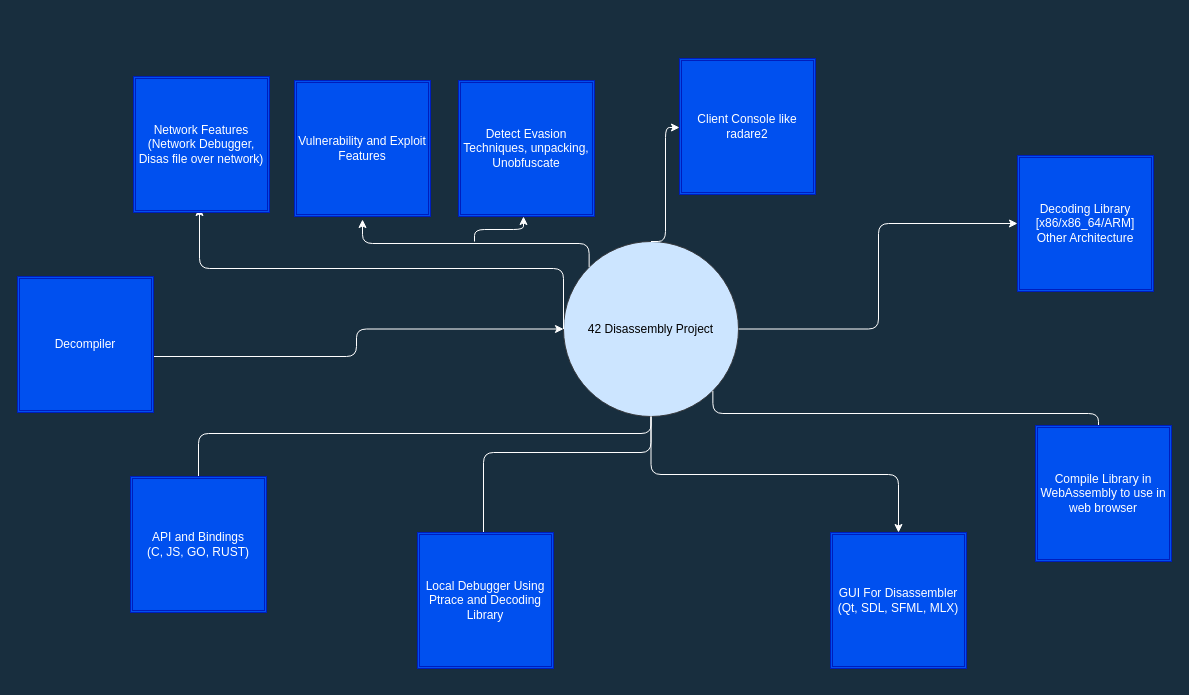
Earlier version of the draw.io diagram 42Disas.drawio (420verfl0w/42Disas). Source tidied: cells renumbered, new cells numbered last; positions are measured from the earlier drawing's top-left corner, leaving out a move shared by most shapes. Both pictures are drawn from the tidied source at 100%, with x=0, y=0 at pixel (17, 58).
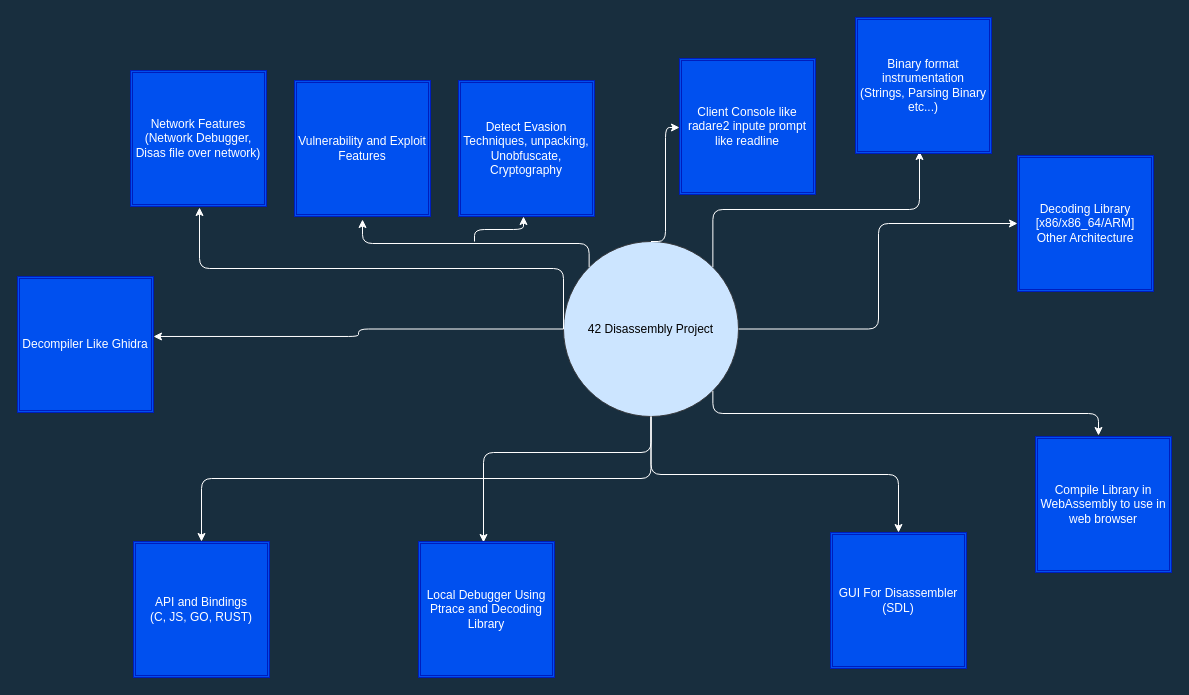
Above is the later version.

Unchanged cells that the change refers to:
```xml
<mxCell id="2" value="42 Disassembly Project" style="ellipse;whiteSpace=wrap;html=1;rounded=0;sketch=0;strokeColor=#36393d;fillColor=#cce5ff;" parent="1" vertex="1">
  <mxGeometry x="546" y="183" width="175" height="175" as="geometry" />
</mxCell>
```

What changed in the source:
```diff
@@
-    <mxCell id="6" value="GUI For Disassembler&lt;br&gt;(Qt, SDL, SFML, MLX)" style="shape=ext;double=1;whiteSpace=wrap;html=1;rounded=0;sketch=0;fontColor=#ffffff;strokeColor=#001DBC;fillColor=#0050ef;glass=0;shadow=0;labelBorderColor=none;labelBackgroundColor=none;" parent="1" vertex="1">
+    <mxCell id="6" value="GUI For Disassembler&lt;br&gt;(SDL)" style="shape=ext;double=1;whiteSpace=wrap;html=1;rounded=0;sketch=0;fontColor=#ffffff;strokeColor=#001DBC;fillColor=#0050ef;glass=0;shadow=0;labelBorderColor=none;labelBackgroundColor=none;" parent="1" vertex="1">
       <mxGeometry x="813" y="474" width="136" height="136" as="geometry" />
     </mxCell>
-    <mxCell id="7" style="edgeStyle=elbowEdgeStyle;elbow=vertical;endArrow=classic;html=1;rounded=1;sketch=0;fontColor=#FFFFFF;strokeColor=#FFFFFF;curved=0;exitX=0.5;exitY=1;exitDx=0;exitDy=0;entryX=0.5;entryY=1;entryDx=0;entryDy=0;" parent="1" edge="1" source="2" target="10">
+    <mxCell id="7" style="edgeStyle=elbowEdgeStyle;elbow=vertical;endArrow=classic;html=1;rounded=1;sketch=0;fontColor=#FFFFFF;strokeColor=#FFFFFF;curved=0;exitX=0.5;exitY=1;exitDx=0;exitDy=0;entryX=0.5;entryY=0;entryDx=0;entryDy=0;" parent="1" edge="1" source="2" target="10">
       <mxGeometry relative="1" as="geometry">
         <Array as="points">
+          <mxPoint x="412" y="420" />
           <mxPoint x="185" y="375" />
         </Array>
       </mxGeometry>
     </mxCell>
@@
     <mxCell id="9" value="Local Debugger Using&lt;br&gt;Ptrace and Decoding Library" style="shape=ext;double=1;whiteSpace=wrap;html=1;rounded=0;sketch=0;fontColor=#ffffff;strokeColor=#001DBC;fillColor=#0050ef;glass=0;shadow=0;labelBorderColor=none;labelBackgroundColor=none;" parent="1" vertex="1">
-      <mxGeometry x="400" y="474" width="136" height="136" as="geometry" />
+      <mxGeometry x="401" y="483" width="136" height="136" as="geometry" />
     </mxCell>
     <mxCell id="10" value="API and Bindings&lt;br&gt;(C, JS, GO, RUST)" style="shape=ext;double=1;whiteSpace=wrap;html=1;rounded=0;sketch=0;fontColor=#ffffff;strokeColor=#001DBC;fillColor=#0050ef;glass=0;shadow=0;labelBorderColor=none;labelBackgroundColor=none;" parent="1" vertex="1">
-      <mxGeometry x="113" y="418" width="136" height="136" as="geometry" />
+      <mxGeometry x="116" y="483" width="136" height="136" as="geometry" />
     </mxCell>
@@
     <mxCell id="12" value="Network Features (Network Debugger, Disas file over network)" style="shape=ext;double=1;whiteSpace=wrap;html=1;rounded=0;sketch=0;fontColor=#ffffff;strokeColor=#001DBC;fillColor=#0050ef;glass=0;shadow=0;labelBorderColor=none;labelBackgroundColor=none;" parent="1" vertex="1">
-      <mxGeometry x="116" y="18" width="136" height="136" as="geometry" />
+      <mxGeometry x="113" y="12" width="136" height="136" as="geometry" />
     </mxCell>
@@
-    <mxCell id="16" value="Detect Evasion Techniques, unpacking, Unobfuscate" style="shape=ext;double=1;whiteSpace=wrap;html=1;rounded=0;sketch=0;fontColor=#ffffff;strokeColor=#001DBC;fillColor=#0050ef;glass=0;shadow=0;labelBorderColor=none;labelBackgroundColor=none;" parent="1" vertex="1">
+    <mxCell id="16" value="Detect Evasion Techniques, unpacking, Unobfuscate, Cryptography" style="shape=ext;double=1;whiteSpace=wrap;html=1;rounded=0;sketch=0;fontColor=#ffffff;strokeColor=#001DBC;fillColor=#0050ef;glass=0;shadow=0;labelBorderColor=none;labelBackgroundColor=none;" parent="1" vertex="1">
       <mxGeometry x="441" y="22" width="136" height="136" as="geometry" />
     </mxCell>
@@
-    <mxCell id="18" value="Client Console like radare2" style="shape=ext;double=1;whiteSpace=wrap;html=1;rounded=0;sketch=0;fontColor=#ffffff;strokeColor=#001DBC;fillColor=#0050ef;glass=0;shadow=0;labelBorderColor=none;labelBackgroundColor=none;" parent="1" vertex="1">
+    <mxCell id="18" value="Client Console like radare2 inpute prompt like readline" style="shape=ext;double=1;whiteSpace=wrap;html=1;rounded=0;sketch=0;fontColor=#ffffff;strokeColor=#001DBC;fillColor=#0050ef;glass=0;shadow=0;labelBorderColor=none;labelBackgroundColor=none;" parent="1" vertex="1">
       <mxGeometry x="662" width="136" height="136" as="geometry" />
     </mxCell>
-    <mxCell id="19" style="edgeStyle=elbowEdgeStyle;elbow=horizontal;endArrow=classic;html=1;rounded=1;sketch=0;fontColor=#FFFFFF;strokeColor=#FFFFFF;curved=0;" parent="1" edge="1" target="2">
-      <mxGeometry relative="1" as="geometry">
-        <mxPoint x="132" y="298" as="sourcePoint" />
-      </mxGeometry>
+    <mxCell id="19" style="edgeStyle=elbowEdgeStyle;elbow=horizontal;endArrow=classic;html=1;rounded=1;sketch=0;fontColor=#FFFFFF;strokeColor=#FFFFFF;curved=0;entryX=1;entryY=0.441;entryDx=0;entryDy=0;entryPerimeter=0;" parent="1" edge="1" source="2" target="20">
+      <mxGeometry relative="1" as="geometry" />
     </mxCell>
-    <mxCell id="20" value="Decompiler" style="shape=ext;double=1;whiteSpace=wrap;html=1;rounded=0;sketch=0;fontColor=#ffffff;strokeColor=#001DBC;fillColor=#0050ef;glass=0;shadow=0;labelBorderColor=none;labelBackgroundColor=none;" parent="1" vertex="1">
+    <mxCell id="20" value="Decompiler Like Ghidra" style="shape=ext;double=1;whiteSpace=wrap;html=1;rounded=0;sketch=0;fontColor=#ffffff;strokeColor=#001DBC;fillColor=#0050ef;glass=0;shadow=0;labelBorderColor=none;labelBackgroundColor=none;" parent="1" vertex="1">
       <mxGeometry y="218" width="136" height="136" as="geometry" />
     </mxCell>
@@
     <mxCell id="22" value="Compile Library in WebAssembly to use in web browser" style="shape=ext;double=1;whiteSpace=wrap;html=1;rounded=0;sketch=0;fontColor=#ffffff;strokeColor=#001DBC;fillColor=#0050ef;glass=0;shadow=0;labelBorderColor=none;labelBackgroundColor=none;" parent="1" vertex="1">
-      <mxGeometry x="1018" y="367" width="136" height="136" as="geometry" />
+      <mxGeometry x="1018" y="378" width="136" height="136" as="geometry" />
     </mxCell>
+    <mxCell id="23" style="edgeStyle=elbowEdgeStyle;elbow=vertical;endArrow=classic;html=1;rounded=1;sketch=0;fontColor=#FFFFFF;strokeColor=#FFFFFF;curved=0;exitX=1;exitY=0;exitDx=0;exitDy=0;" parent="1" edge="1" source="2">
+      <mxGeometry relative="1" as="geometry">
+        <mxPoint x="902" y="93" as="targetPoint" />
+      </mxGeometry>
+    </mxCell>
+    <mxCell id="24" value="Binary format instrumentation (Strings, Parsing Binary etc...)" style="shape=ext;double=1;whiteSpace=wrap;html=1;rounded=0;sketch=0;fontColor=#ffffff;strokeColor=#001DBC;fillColor=#0050ef;glass=0;shadow=0;labelBorderColor=none;labelBackgroundColor=none;" parent="1" vertex="1">
+      <mxGeometry x="838" y="-41" width="136" height="136" as="geometry" />
+    </mxCell>
```
